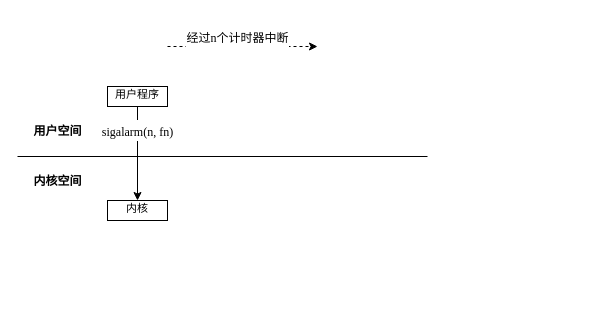
Earlier version of the draw.io diagram xv6.drawio (BigBrotherJu/drawio-chart). Source tidied: cells renumbered, new cells numbered last; positions are measured from the earlier drawing's top-left corner, leaving out a move shared by most shapes. Both pictures are drawn from the tidied source at 100%, with x=0, y=0 at pixel (17, 46).
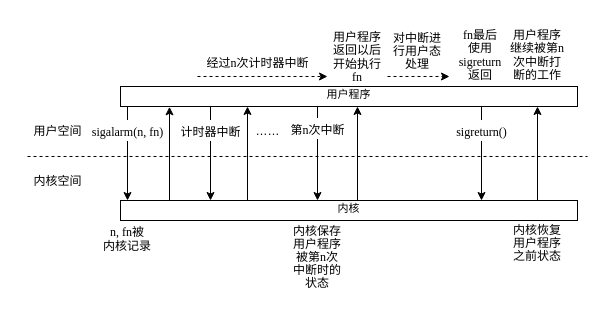
The same page after the edit.

The edit, as a diff of the source:
```diff
@@
-    <mxCell id="2" style="endArrow=none;html=1;rounded=0;" parent="1" edge="1">
+    <mxCell id="2" style="endArrow=none;html=1;rounded=0;dashed=1;" parent="1" edge="1">
       <mxGeometry relative="1" as="geometry">
-        <mxPoint y="110" as="sourcePoint" />
-        <mxPoint x="410" y="110" as="targetPoint" />
+        <mxPoint x="10" y="110" as="sourcePoint" />
+        <mxPoint x="570" y="110" as="targetPoint" />
       </mxGeometry>
     </mxCell>
-    <mxCell id="3" value="&lt;font face=&quot;宋体-简&quot; style=&quot;font-size: 12px&quot;&gt;用户空间&lt;/font&gt;" style="text;strokeColor=none;fillColor=none;html=1;fontSize=24;fontStyle=1;verticalAlign=middle;align=center;" parent="1" vertex="1">
+    <mxCell id="3" value="&lt;font face=&quot;宋体-简&quot; style=&quot;font-size: 12px ; font-weight: normal&quot;&gt;用户空间&lt;/font&gt;" style="text;strokeColor=none;fillColor=none;html=1;fontSize=24;fontStyle=1;verticalAlign=middle;align=center;" parent="1" vertex="1">
       <mxGeometry x="30" y="80" width="20" as="geometry" />
     </mxCell>
-    <mxCell id="4" value="&lt;font face=&quot;宋体-简&quot; style=&quot;font-size: 12px&quot;&gt;内核空间&lt;/font&gt;" style="text;strokeColor=none;fillColor=none;html=1;fontSize=24;fontStyle=1;verticalAlign=middle;align=center;" parent="1" vertex="1">
+    <mxCell id="4" value="&lt;font face=&quot;宋体-简&quot; style=&quot;font-size: 12px ; font-weight: normal&quot;&gt;内核空间&lt;/font&gt;" style="text;strokeColor=none;fillColor=none;html=1;fontSize=24;fontStyle=1;verticalAlign=middle;align=center;" parent="1" vertex="1">
       <mxGeometry x="30" y="130" width="20" as="geometry" />
     </mxCell>
-    <mxCell id="5" value="&lt;font face=&quot;Times New Roman&quot; style=&quot;font-size: 12px&quot;&gt;sigalarm(n, fn)&lt;/font&gt;" style="edgeStyle=orthogonalEdgeStyle;rounded=0;jettySize=auto;html=1;fontFamily=宋体-简;fontSize=18;entryX=0.5;entryY=0;entryDx=0;entryDy=0;" parent="1" edge="1" source="6" target="8">
-      <mxGeometry x="-0.5" relative="1" as="geometry" />
+    <mxCell id="5" value="&lt;font face=&quot;Times New Roman&quot; style=&quot;font-size: 12px&quot;&gt;sigalarm(n, fn)&lt;/font&gt;" style="edgeStyle=orthogonalEdgeStyle;rounded=0;orthogonalLoop=1;jettySize=auto;html=1;fontFamily=宋体-简;fontSize=18;entryX=0.5;entryY=0;entryDx=0;entryDy=0;" parent="1" edge="1">
+      <mxGeometry x="-0.5" relative="1" as="geometry">
+        <mxPoint x="110" y="60" as="sourcePoint" />
+        <mxPoint x="110" y="154" as="targetPoint" />
+      </mxGeometry>
     </mxCell>
     <mxCell id="6" value="&lt;div&gt;&lt;span style=&quot;font-size: 11px ; line-height: 1.2&quot;&gt;用户程序&lt;/span&gt;&lt;/div&gt;" style="rounded=0;whiteSpace=wrap;html=1;fontFamily=宋体-简;fontSize=18;verticalAlign=bottom;align=center;horizontal=1;" parent="1" vertex="1">
-      <mxGeometry x="90" y="40" width="60" height="20" as="geometry" />
+      <mxGeometry x="103" y="40" width="457" height="20" as="geometry" />
     </mxCell>
-    <mxCell id="7" value="&lt;font style=&quot;font-size: 12px ; line-height: 1&quot;&gt;&lt;font face=&quot;宋体-简&quot; style=&quot;font-size: 12px&quot;&gt;经过&lt;/font&gt;n&lt;font face=&quot;宋体-简&quot; style=&quot;font-size: 12px&quot;&gt;个计时器中断&lt;/font&gt;&lt;/font&gt;" style="endArrow=classic;dashed=1;html=1;rounded=0;fontFamily=Times New Roman;fontSize=18;startArrow=none;startFill=0;endFill=1;verticalAlign=middle;spacing=0;align=center;" parent="1" edge="1">
-      <mxGeometry x="-0.07" y="10" relative="1" as="geometry">
-        <mxPoint x="150" as="sourcePoint" />
-        <mxPoint x="300" as="targetPoint" />
+    <mxCell id="7" value="&lt;font style=&quot;font-size: 12px ; line-height: 1&quot;&gt;&lt;font face=&quot;宋体-简&quot; style=&quot;font-size: 12px&quot;&gt;经过&lt;/font&gt;n&lt;font face=&quot;宋体-简&quot;&gt;次&lt;/font&gt;&lt;font face=&quot;宋体-简&quot; style=&quot;font-size: 12px&quot;&gt;计时器中断&lt;/font&gt;&lt;/font&gt;" style="endArrow=classic;dashed=1;html=1;rounded=0;fontFamily=Times New Roman;fontSize=18;startArrow=none;startFill=0;endFill=1;verticalAlign=bottom;spacing=0;align=center;" parent="1" edge="1">
+      <mxGeometry x="-0.07" y="3" relative="1" as="geometry">
+        <mxPoint x="180" y="30" as="sourcePoint" />
+        <mxPoint x="310" y="30" as="targetPoint" />
       </mxGeometry>
     </mxCell>
     <mxCell id="8" value="&lt;div&gt;&lt;span style=&quot;font-size: 11px ; line-height: 1.2&quot;&gt;内核&lt;/span&gt;&lt;/div&gt;" style="rounded=0;whiteSpace=wrap;html=1;fontFamily=宋体-简;fontSize=18;verticalAlign=bottom;align=center;horizontal=1;" parent="1" vertex="1">
-      <mxGeometry x="90" y="154" width="60" height="20" as="geometry" />
+      <mxGeometry x="103" y="154" width="457" height="20" as="geometry" />
     </mxCell>
+    <mxCell id="9" style="endArrow=classic;html=1;rounded=0;fontFamily=宋体-简;fontSize=12;exitX=0.164;exitY=-0.01;exitDx=0;exitDy=0;exitPerimeter=0;entryX=0.163;entryY=1.017;entryDx=0;entryDy=0;entryPerimeter=0;" parent="1" edge="1">
+      <mxGeometry relative="1" as="geometry">
+        <mxPoint x="152" y="153.8" as="sourcePoint" />
+        <mxPoint x="152" y="60.3" as="targetPoint" />
+      </mxGeometry>
+    </mxCell>
+    <mxCell id="10" value="&lt;span style=&quot;font-size: 12px&quot;&gt;计时器中断&lt;/span&gt;" style="edgeStyle=orthogonalEdgeStyle;rounded=0;orthogonalLoop=1;jettySize=auto;html=1;fontFamily=宋体-简;fontSize=18;entryX=0.5;entryY=0;entryDx=0;entryDy=0;" parent="1" edge="1">
+      <mxGeometry x="-0.5" relative="1" as="geometry">
+        <mxPoint x="193" y="60" as="sourcePoint" />
+        <mxPoint x="193" y="154" as="targetPoint" />
+      </mxGeometry>
+    </mxCell>
+    <mxCell id="11" style="endArrow=classic;html=1;rounded=0;fontFamily=宋体-简;fontSize=12;exitX=0.164;exitY=-0.01;exitDx=0;exitDy=0;exitPerimeter=0;entryX=0.163;entryY=1.017;entryDx=0;entryDy=0;entryPerimeter=0;" parent="1" edge="1">
+      <mxGeometry relative="1" as="geometry">
+        <mxPoint x="230" y="153.5" as="sourcePoint" />
+        <mxPoint x="230" y="60" as="targetPoint" />
+      </mxGeometry>
+    </mxCell>
+    <mxCell id="12" value="&lt;font face=&quot;宋体-简&quot;&gt;&lt;span style=&quot;font-size: 12px ; font-weight: 400&quot;&gt;……&lt;/span&gt;&lt;/font&gt;" style="text;strokeColor=none;fillColor=none;html=1;fontSize=24;fontStyle=1;verticalAlign=middle;align=center;" parent="1" vertex="1">
+      <mxGeometry x="240" y="80" width="20" as="geometry" />
+    </mxCell>
+    <mxCell id="13" value="&lt;span style=&quot;font-size: 12px ; line-height: 1.3&quot;&gt;第&lt;font face=&quot;Times New Roman&quot;&gt;n&lt;/font&gt;次中断&lt;br&gt;&lt;/span&gt;" style="edgeStyle=orthogonalEdgeStyle;rounded=0;orthogonalLoop=1;jettySize=auto;html=1;fontFamily=宋体-简;fontSize=18;entryX=0.5;entryY=0;entryDx=0;entryDy=0;spacing=0;endSize=6;jumpSize=9;verticalAlign=middle;labelPosition=center;verticalLabelPosition=middle;align=center;" parent="1" edge="1">
+      <mxGeometry x="-0.53" relative="1" as="geometry">
+        <mxPoint x="300" y="60" as="sourcePoint" />
+        <mxPoint x="300" y="154" as="targetPoint" />
+      </mxGeometry>
+    </mxCell>
+    <mxCell id="14" value="&lt;p style=&quot;line-height: 1.1&quot;&gt;&lt;font face=&quot;Times New Roman&quot;&gt;n, fn&lt;/font&gt;被&lt;br&gt;&lt;span&gt;内核记录&lt;/span&gt;&lt;/p&gt;" style="text;html=1;strokeColor=none;fillColor=none;align=center;verticalAlign=middle;whiteSpace=wrap;rounded=0;fontFamily=宋体-简;fontSize=12;" parent="1" vertex="1">
+      <mxGeometry x="80" y="178" width="60" height="30" as="geometry" />
+    </mxCell>
+    <mxCell id="15" value="&lt;p style=&quot;line-height: 1.1&quot;&gt;内核保存用户程序被第&lt;font face=&quot;Times New Roman&quot;&gt;n&lt;/font&gt;次&lt;br&gt;中断时的状态&lt;/p&gt;" style="text;html=1;strokeColor=none;fillColor=none;align=center;verticalAlign=middle;whiteSpace=wrap;rounded=0;fontFamily=宋体-简;fontSize=12;" parent="1" vertex="1">
+      <mxGeometry x="270" y="196" width="60" height="30" as="geometry" />
+    </mxCell>
+    <mxCell id="16" style="endArrow=classic;html=1;rounded=0;fontFamily=宋体-简;fontSize=12;exitX=0.164;exitY=-0.01;exitDx=0;exitDy=0;exitPerimeter=0;entryX=0.163;entryY=1.017;entryDx=0;entryDy=0;entryPerimeter=0;" parent="1" edge="1">
+      <mxGeometry relative="1" as="geometry">
+        <mxPoint x="340" y="153.5" as="sourcePoint" />
+        <mxPoint x="340" y="60" as="targetPoint" />
+      </mxGeometry>
+    </mxCell>
+    <mxCell id="17" value="&lt;p style=&quot;line-height: 1.1&quot;&gt;用户程序返回以后开始执行&lt;br&gt;&lt;font face=&quot;Times New Roman&quot;&gt;fn&lt;/font&gt;&lt;/p&gt;" style="text;html=1;strokeColor=none;fillColor=none;align=center;verticalAlign=middle;whiteSpace=wrap;rounded=0;fontFamily=宋体-简;fontSize=12;" parent="1" vertex="1">
+      <mxGeometry x="310" y="-4" width="60" height="30" as="geometry" />
+    </mxCell>
+    <mxCell id="18" value="&lt;font face=&quot;Times New Roman&quot; style=&quot;font-size: 12px&quot;&gt;sigreturn()&lt;/font&gt;" style="edgeStyle=orthogonalEdgeStyle;rounded=0;orthogonalLoop=1;jettySize=auto;html=1;fontFamily=宋体-简;fontSize=18;entryX=0.5;entryY=0;entryDx=0;entryDy=0;" parent="1" edge="1">
+      <mxGeometry x="-0.5" relative="1" as="geometry">
+        <mxPoint x="464" y="60" as="sourcePoint" />
+        <mxPoint x="464" y="154" as="targetPoint" />
+      </mxGeometry>
+    </mxCell>
+    <mxCell id="19" value="&lt;p style=&quot;line-height: 1.1&quot;&gt;&lt;font face=&quot;Times New Roman&quot;&gt;fn&lt;/font&gt;最后&lt;br&gt;使用&lt;br&gt;&lt;font face=&quot;Times New Roman&quot;&gt;sigreturn&lt;/font&gt;&lt;br&gt;返回&lt;/p&gt;" style="text;html=1;strokeColor=none;fillColor=none;align=center;verticalAlign=middle;whiteSpace=wrap;rounded=0;fontFamily=宋体-简;fontSize=12;" parent="1" vertex="1">
+      <mxGeometry x="428" y="-6" width="70" height="30" as="geometry" />
+    </mxCell>
+    <mxCell id="20" value="&lt;font face=&quot;宋体-简&quot;&gt;&lt;span style=&quot;font-size: 12px ; line-height: 1&quot;&gt;&lt;br&gt;&lt;/span&gt;&lt;/font&gt;" style="endArrow=classic;dashed=1;html=1;rounded=0;fontFamily=Times New Roman;fontSize=18;startArrow=none;startFill=0;endFill=1;verticalAlign=bottom;spacing=0;align=center;" parent="1" edge="1">
+      <mxGeometry x="-0.07" y="3" relative="1" as="geometry">
+        <mxPoint x="370" y="30" as="sourcePoint" />
+        <mxPoint x="432" y="30" as="targetPoint" />
+        <Array as="points">
+          <mxPoint x="430" y="30" />
+        </Array>
+      </mxGeometry>
+    </mxCell>
+    <mxCell id="21" value="&lt;p style=&quot;line-height: 1.1&quot;&gt;对中断进行用户态处理&lt;/p&gt;" style="text;html=1;strokeColor=none;fillColor=none;align=center;verticalAlign=middle;whiteSpace=wrap;rounded=0;fontFamily=宋体-简;fontSize=12;" parent="1" vertex="1">
+      <mxGeometry x="370" y="-10" width="60" height="30" as="geometry" />
+    </mxCell>
+    <mxCell id="22" style="endArrow=classic;html=1;rounded=0;fontFamily=宋体-简;fontSize=12;exitX=0.164;exitY=-0.01;exitDx=0;exitDy=0;exitPerimeter=0;entryX=0.163;entryY=1.017;entryDx=0;entryDy=0;entryPerimeter=0;" parent="1" edge="1">
+      <mxGeometry relative="1" as="geometry">
+        <mxPoint x="520" y="153.5" as="sourcePoint" />
+        <mxPoint x="520" y="60" as="targetPoint" />
+      </mxGeometry>
+    </mxCell>
+    <mxCell id="23" value="&lt;p style=&quot;line-height: 1.1&quot;&gt;内核恢复用户程序之前状态&lt;/p&gt;" style="text;html=1;strokeColor=none;fillColor=none;align=center;verticalAlign=middle;whiteSpace=wrap;rounded=0;fontFamily=宋体-简;fontSize=12;" parent="1" vertex="1">
+      <mxGeometry x="490" y="182" width="60" height="30" as="geometry" />
+    </mxCell>
+    <mxCell id="24" value="&lt;p style=&quot;line-height: 1.1&quot;&gt;用户程序继续被第&lt;font face=&quot;Times New Roman&quot;&gt;n&lt;/font&gt;次中断打断的工作&lt;br&gt;&lt;/p&gt;" style="text;html=1;strokeColor=none;fillColor=none;align=center;verticalAlign=middle;whiteSpace=wrap;rounded=0;fontFamily=宋体-简;fontSize=12;" parent="1" vertex="1">
+      <mxGeometry x="490" y="-6" width="60" height="30" as="geometry" />
+    </mxCell>
```
